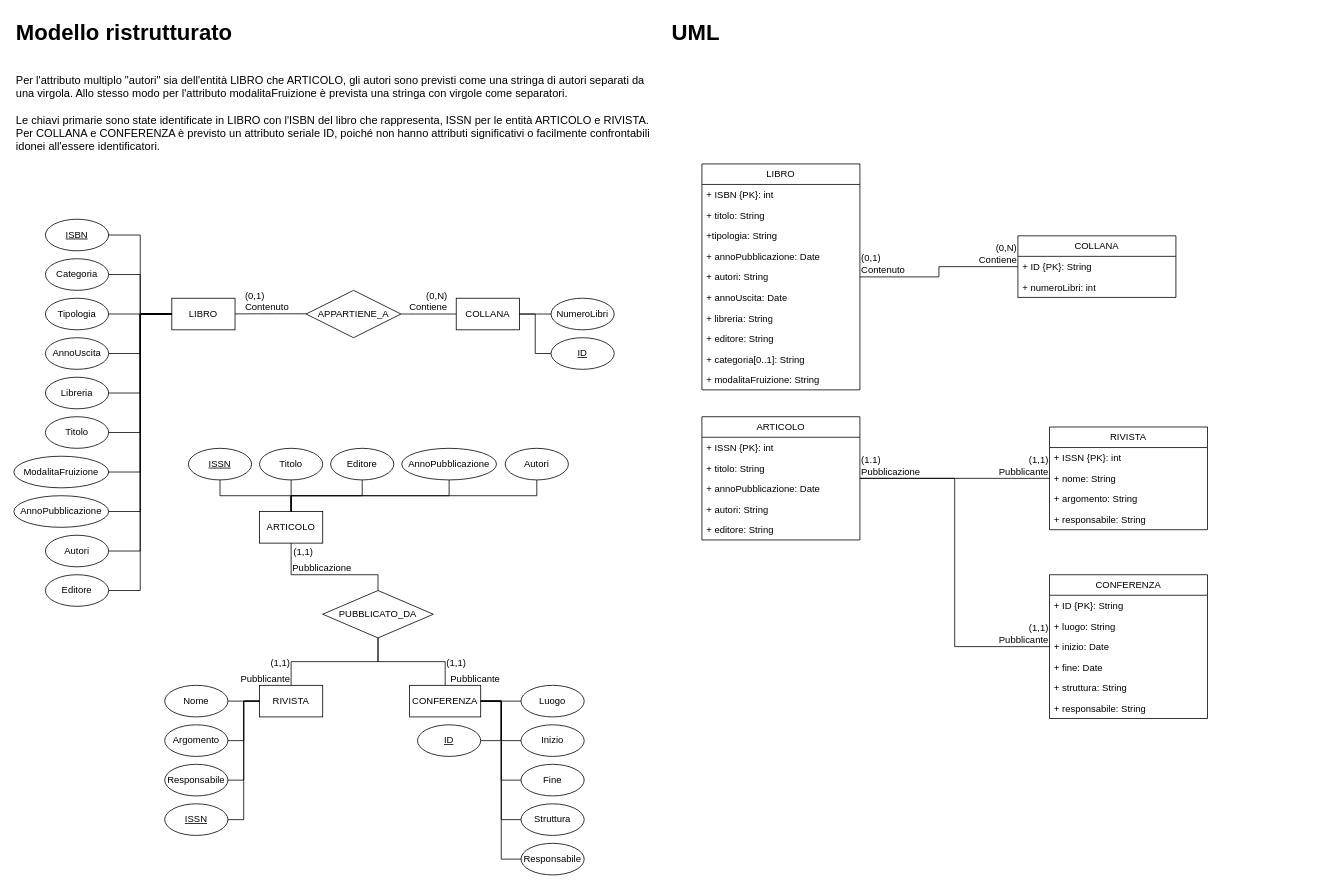
Earlier version of the draw.io diagram page "Page-2" (2 of 3) of database/esercitazione1.drawio (Gabbinetto/draw.io-diagrams). Source tidied: cells renumbered, new cells numbered last; positions are measured from the earlier drawing's top-left corner, leaving out a move shared by most shapes. Both pictures are drawn from the tidied source at 79%, with x=0, y=0 at pixel (13, 13).
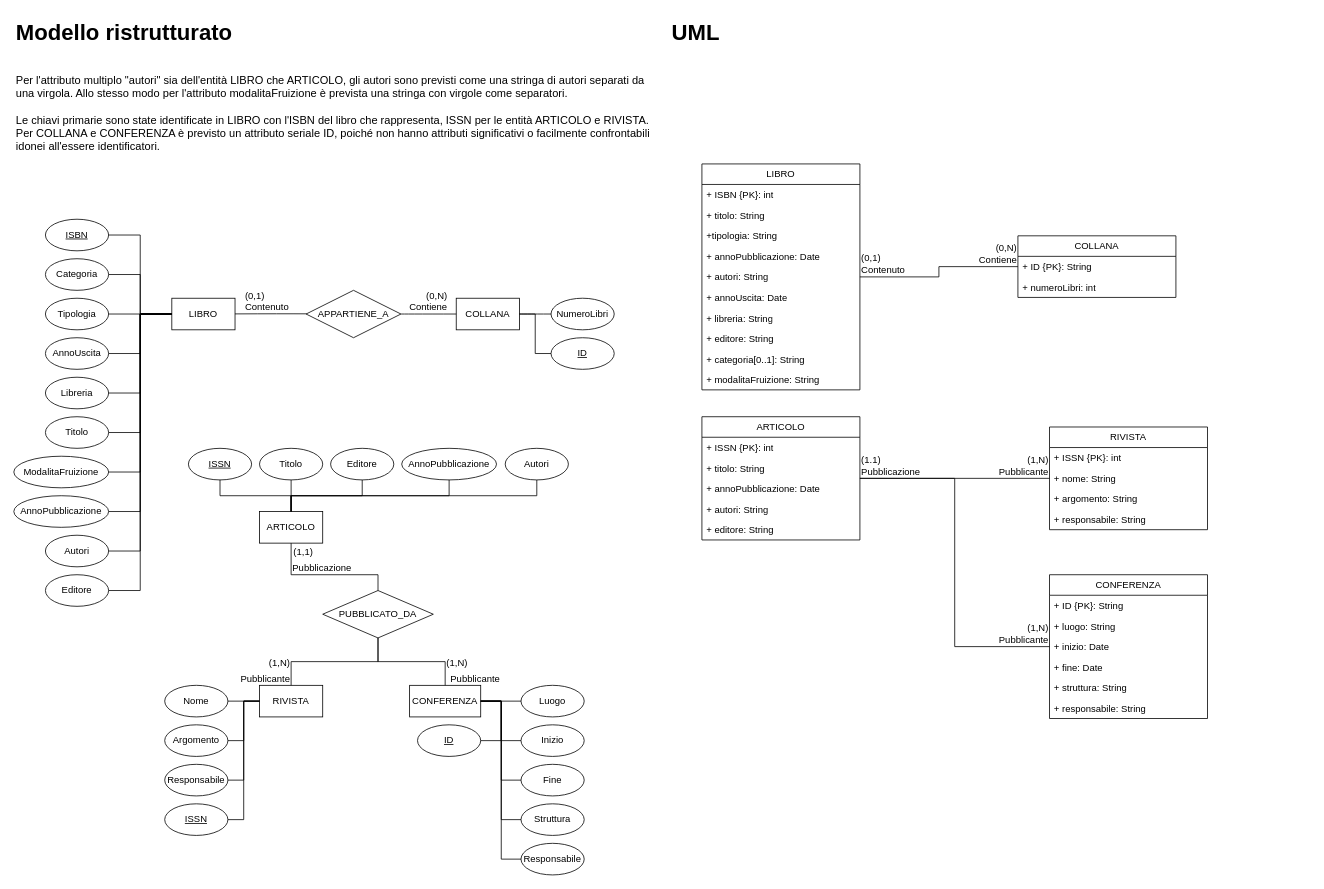
After the change.

Unchanged cells that the change refers to:
```xml
<mxCell id="48" style="endArrow=none;html=1;rounded=0;fontSize=12;startSize=8;endSize=8;edgeStyle=elbowEdgeStyle;elbow=vertical;" parent="1" edge="1" source="37" target="27">
  <mxGeometry relative="1" as="geometry" />
</mxCell>
<mxCell id="50" style="endArrow=none;html=1;rounded=0;fontSize=12;startSize=8;endSize=8;edgeStyle=elbowEdgeStyle;elbow=vertical;" parent="1" edge="1" source="37" target="28">
  <mxGeometry relative="1" as="geometry" />
</mxCell>
<mxCell id="112" style="endArrow=none;html=1;rounded=0;edgeStyle=elbowEdgeStyle;" parent="1" edge="1" source="94" target="100">
  <mxGeometry relative="1" as="geometry" />
</mxCell>
<mxCell id="115" style="endArrow=none;html=1;rounded=0;edgeStyle=elbowEdgeStyle;" parent="1" edge="1" source="94" target="105">
  <mxGeometry relative="1" as="geometry" />
</mxCell>
```

The edit, as a diff of the source:
```diff
@@
-    <mxCell id="49" value="(1,1)" style="html=1;whiteSpace=wrap;align=right;verticalAlign=bottom;" parent="48" vertex="1">
+    <mxCell id="49" value="(1,N)" style="html=1;whiteSpace=wrap;align=right;verticalAlign=bottom;" parent="48" vertex="1">
       <mxGeometry x="1" relative="1" as="geometry">
         <mxPoint y="-20" as="offset" />
       </mxGeometry>
     </mxCell>
@@
-    <mxCell id="51" value="(1,1)" style="html=1;whiteSpace=wrap;align=left;verticalAlign=bottom;" parent="50" vertex="1">
+    <mxCell id="51" value="(1,N)" style="html=1;whiteSpace=wrap;align=left;verticalAlign=bottom;" parent="50" vertex="1">
       <mxGeometry x="1" relative="1" as="geometry">
         <mxPoint y="-20" as="offset" />
       </mxGeometry>
     </mxCell>
@@
-    <mxCell id="114" value="&lt;div&gt;(1,1)&lt;/div&gt;&lt;div&gt;Pubblicante&lt;/div&gt;" style="html=1;whiteSpace=wrap;align=right;verticalAlign=bottom;" parent="112" vertex="1">
+    <mxCell id="114" value="&lt;div&gt;(1,N)&lt;/div&gt;&lt;div&gt;Pubblicante&lt;/div&gt;" style="html=1;whiteSpace=wrap;align=right;verticalAlign=bottom;" parent="112" vertex="1">
       <mxGeometry x="1" relative="1" as="geometry" />
     </mxCell>
@@
-    <mxCell id="116" value="&lt;div&gt;(1,1)&lt;/div&gt;&lt;div&gt;Pubblicante&lt;/div&gt;" style="html=1;whiteSpace=wrap;align=right;verticalAlign=bottom;" parent="115" vertex="1">
+    <mxCell id="116" value="&lt;div&gt;(1,N)&lt;/div&gt;&lt;div&gt;Pubblicante&lt;/div&gt;" style="html=1;whiteSpace=wrap;align=right;verticalAlign=bottom;" parent="115" vertex="1">
       <mxGeometry x="1" relative="1" as="geometry" />
     </mxCell>
```
